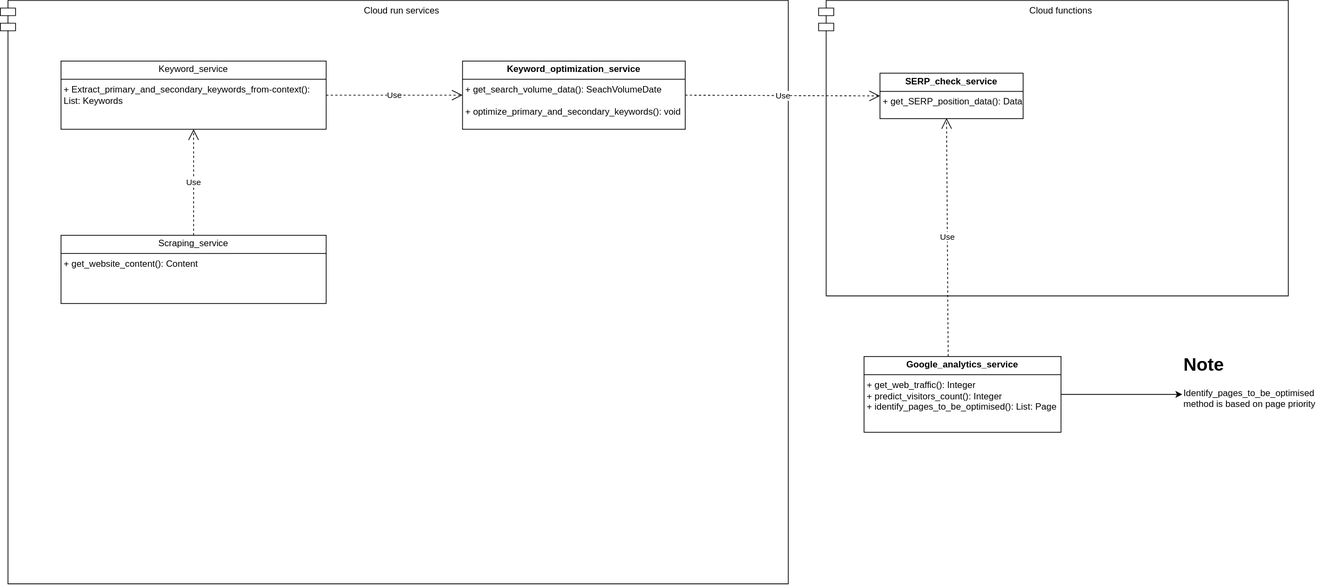
This is Design/Components_diagram/Service_diagram.drawio.svg from Warglaive/Fontys_deliverables_spienzer, a draw.io export, as it was before one commit. Source tidied: cells renumbered, new cells last; positions are measured from the earlier drawing's top-left corner, leaving out a move shared by most shapes. The source it was exported from:
```xml
<mxGraphModel>
  <root>
    <mxCell id="0" />
    <mxCell id="1" parent="0" />
    <mxCell id="2" value="Cloud run services" style="shape=module;align=left;spacingLeft=20;align=center;verticalAlign=top;whiteSpace=wrap;html=1;" parent="1" vertex="1">
      <mxGeometry width="1040" height="770" as="geometry" />
    </mxCell>
    <mxCell id="3" value="&lt;p style=&quot;margin:0px;margin-top:4px;text-align:center;&quot;&gt;Keyword_&lt;span style=&quot;background-color: initial;&quot;&gt;service&lt;/span&gt;&lt;/p&gt;&lt;hr size=&quot;1&quot; style=&quot;border-style:solid;&quot;&gt;&lt;p style=&quot;margin:0px;margin-left:4px;&quot;&gt;&lt;/p&gt;&lt;p style=&quot;margin:0px;margin-left:4px;&quot;&gt;+ Extract_primary_and_secondary_keywords_from-context(): List: Keywords&lt;/p&gt;" style="verticalAlign=top;align=left;overflow=fill;html=1;whiteSpace=wrap;" parent="1" vertex="1">
      <mxGeometry x="80" y="80" width="350" height="90" as="geometry" />
    </mxCell>
    <mxCell id="4" value="&lt;p style=&quot;margin:0px;margin-top:4px;text-align:center;&quot;&gt;Scraping_service&lt;br&gt;&lt;/p&gt;&lt;hr size=&quot;1&quot; style=&quot;border-style:solid;&quot;&gt;&lt;p style=&quot;margin:0px;margin-left:4px;&quot;&gt;&lt;/p&gt;&lt;p style=&quot;margin:0px;margin-left:4px;&quot;&gt;+ get_website_content(): Content&lt;/p&gt;&lt;p style=&quot;margin:0px;margin-left:4px;&quot;&gt;&lt;br&gt;&lt;/p&gt;" style="verticalAlign=top;align=left;overflow=fill;html=1;whiteSpace=wrap;" parent="1" vertex="1">
      <mxGeometry x="80" y="310" width="350" height="90" as="geometry" />
    </mxCell>
    <mxCell id="5" value="Cloud functions" style="shape=module;align=left;spacingLeft=20;align=center;verticalAlign=top;whiteSpace=wrap;html=1;" parent="1" vertex="1">
      <mxGeometry x="1080" width="620" height="390" as="geometry" />
    </mxCell>
    <mxCell id="6" value="&lt;p style=&quot;margin:0px;margin-top:4px;text-align:center;&quot;&gt;&lt;b&gt;SERP_check_service&lt;/b&gt;&lt;/p&gt;&lt;hr size=&quot;1&quot; style=&quot;border-style:solid;&quot;&gt;&lt;p style=&quot;margin:0px;margin-left:4px;&quot;&gt;&lt;/p&gt;&lt;p style=&quot;margin:0px;margin-left:4px;&quot;&gt;+ get_SERP_position_data(): Data&lt;/p&gt;" style="verticalAlign=top;align=left;overflow=fill;html=1;whiteSpace=wrap;" parent="1" vertex="1">
      <mxGeometry x="1161" y="96" width="189" height="60" as="geometry" />
    </mxCell>
    <mxCell id="7" value="&lt;p style=&quot;margin:0px;margin-top:4px;text-align:center;&quot;&gt;&lt;b&gt;Keyword_optimization_service&lt;/b&gt;&lt;/p&gt;&lt;hr size=&quot;1&quot; style=&quot;border-style:solid;&quot;&gt;&lt;p style=&quot;margin:0px;margin-left:4px;&quot;&gt;&lt;/p&gt;&lt;p style=&quot;margin:0px;margin-left:4px;&quot;&gt;+ get_search_volume_data(): SeachVolumeDate&lt;/p&gt;&lt;p style=&quot;margin:0px;margin-left:4px;&quot;&gt;&lt;br&gt;&lt;/p&gt;&lt;p style=&quot;margin:0px;margin-left:4px;&quot;&gt;+ optimize_primary_and_secondary_keywords(): void&lt;/p&gt;" style="verticalAlign=top;align=left;overflow=fill;html=1;whiteSpace=wrap;" parent="1" vertex="1">
      <mxGeometry x="610" y="80" width="294" height="90" as="geometry" />
    </mxCell>
    <mxCell id="8" value="Use" style="endArrow=open;endSize=12;dashed=1;html=1;rounded=0;entryX=0.5;entryY=1;entryDx=0;entryDy=0;exitX=0.5;exitY=0;exitDx=0;exitDy=0;" parent="1" edge="1" source="4" target="3">
      <mxGeometry relative="1" as="geometry" />
    </mxCell>
    <mxCell id="9" value="Use" style="endArrow=open;endSize=12;dashed=1;html=1;rounded=0;exitX=1;exitY=0.5;exitDx=0;exitDy=0;entryX=0;entryY=0.5;entryDx=0;entryDy=0;" parent="1" edge="1" source="3" target="7">
      <mxGeometry relative="1" as="geometry" />
    </mxCell>
    <mxCell id="10" value="Use" style="endArrow=open;endSize=12;dashed=1;html=1;rounded=0;exitX=1;exitY=0.5;exitDx=0;exitDy=0;entryX=0;entryY=0.5;entryDx=0;entryDy=0;" parent="1" edge="1" source="7" target="6">
      <mxGeometry relative="1" as="geometry" />
    </mxCell>
    <mxCell id="11" value="&lt;p style=&quot;margin:0px;margin-top:4px;text-align:center;&quot;&gt;&lt;b&gt;Google_analytics_service&lt;/b&gt;&lt;/p&gt;&lt;hr size=&quot;1&quot; style=&quot;border-style:solid;&quot;&gt;&lt;p style=&quot;margin:0px;margin-left:4px;&quot;&gt;&lt;/p&gt;&lt;p style=&quot;margin:0px;margin-left:4px;&quot;&gt;+ get_web_traffic(): Integer&lt;/p&gt;&lt;p style=&quot;margin:0px;margin-left:4px;&quot;&gt;+ predict_visitors_count(): Integer&lt;/p&gt;&lt;p style=&quot;margin:0px;margin-left:4px;&quot;&gt;+ identify_pages_to_be_optimised(): List: Page&lt;/p&gt;" style="verticalAlign=top;align=left;overflow=fill;html=1;whiteSpace=wrap;" parent="1" vertex="1">
      <mxGeometry x="1140" y="470" width="260" height="100" as="geometry" />
    </mxCell>
    <mxCell id="12" style="edgeStyle=orthogonalEdgeStyle;rounded=0;jettySize=auto;html=1;exitX=1;exitY=0.5;exitDx=0;exitDy=0;" parent="1" edge="1" source="11" target="13">
      <mxGeometry relative="1" as="geometry" />
    </mxCell>
    <mxCell id="13" value="&lt;h1 style=&quot;margin-top: 0px;&quot;&gt;Note&lt;/h1&gt;&lt;p&gt;Identify_pages_to_be_optimised method is based on page priority&lt;/p&gt;" style="text;html=1;whiteSpace=wrap;overflow=hidden;rounded=0;" parent="1" vertex="1">
      <mxGeometry x="1560" y="460" width="180" height="120" as="geometry" />
    </mxCell>
    <mxCell id="14" value="Use" style="endArrow=open;endSize=12;dashed=1;html=1;rounded=0;entryX=0.465;entryY=0.987;entryDx=0;entryDy=0;entryPerimeter=0;exitX=0.427;exitY=-0.003;exitDx=0;exitDy=0;exitPerimeter=0;" parent="1" edge="1" source="11" target="6">
      <mxGeometry relative="1" as="geometry" />
    </mxCell>
  </root>
</mxGraphModel>
```
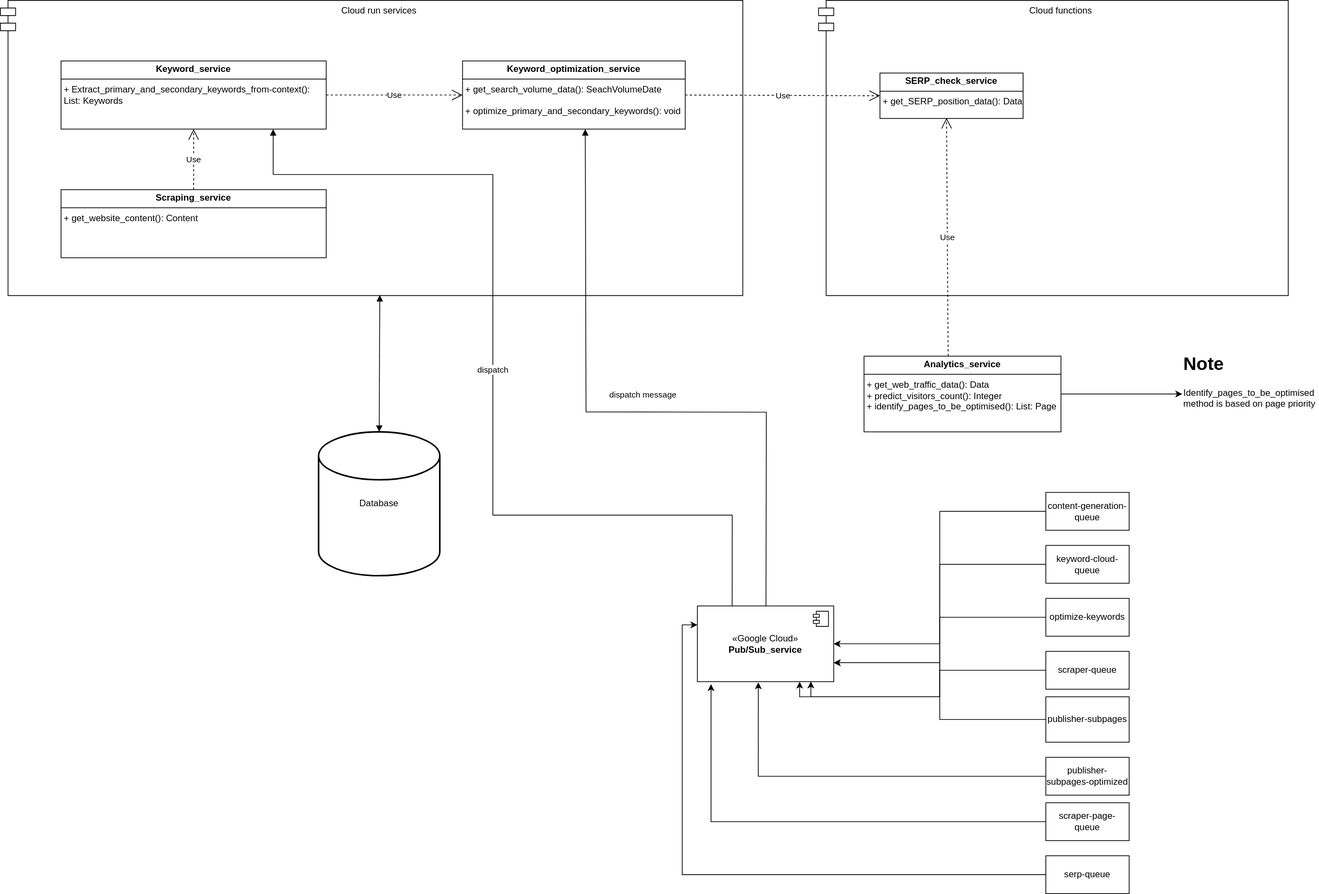
The same diagram one commit later.

The edit, as a diff of the source:
```diff
@@ -3,13 +3,13 @@
     <mxCell id="0" />
     <mxCell id="1" parent="0" />
     <mxCell id="2" value="Cloud run services" style="shape=module;align=left;spacingLeft=20;align=center;verticalAlign=top;whiteSpace=wrap;html=1;" parent="1" vertex="1">
-      <mxGeometry width="1040" height="770" as="geometry" />
+      <mxGeometry width="980" height="390" as="geometry" />
     </mxCell>
-    <mxCell id="3" value="&lt;p style=&quot;margin:0px;margin-top:4px;text-align:center;&quot;&gt;Keyword_&lt;span style=&quot;background-color: initial;&quot;&gt;service&lt;/span&gt;&lt;/p&gt;&lt;hr size=&quot;1&quot; style=&quot;border-style:solid;&quot;&gt;&lt;p style=&quot;margin:0px;margin-left:4px;&quot;&gt;&lt;/p&gt;&lt;p style=&quot;margin:0px;margin-left:4px;&quot;&gt;+ Extract_primary_and_secondary_keywords_from-context(): List: Keywords&lt;/p&gt;" style="verticalAlign=top;align=left;overflow=fill;html=1;whiteSpace=wrap;" parent="1" vertex="1">
+    <mxCell id="3" value="&lt;p style=&quot;margin:0px;margin-top:4px;text-align:center;&quot;&gt;&lt;b&gt;Keyword_&lt;span style=&quot;background-color: initial;&quot;&gt;service&lt;/span&gt;&lt;/b&gt;&lt;/p&gt;&lt;hr size=&quot;1&quot; style=&quot;border-style:solid;&quot;&gt;&lt;p style=&quot;margin:0px;margin-left:4px;&quot;&gt;&lt;/p&gt;&lt;p style=&quot;margin:0px;margin-left:4px;&quot;&gt;+ Extract_primary_and_secondary_keywords_from-context(): List: Keywords&lt;/p&gt;" style="verticalAlign=top;align=left;overflow=fill;html=1;whiteSpace=wrap;" parent="1" vertex="1">
       <mxGeometry x="80" y="80" width="350" height="90" as="geometry" />
     </mxCell>
-    <mxCell id="4" value="&lt;p style=&quot;margin:0px;margin-top:4px;text-align:center;&quot;&gt;Scraping_service&lt;br&gt;&lt;/p&gt;&lt;hr size=&quot;1&quot; style=&quot;border-style:solid;&quot;&gt;&lt;p style=&quot;margin:0px;margin-left:4px;&quot;&gt;&lt;/p&gt;&lt;p style=&quot;margin:0px;margin-left:4px;&quot;&gt;+ get_website_content(): Content&lt;/p&gt;&lt;p style=&quot;margin:0px;margin-left:4px;&quot;&gt;&lt;br&gt;&lt;/p&gt;" style="verticalAlign=top;align=left;overflow=fill;html=1;whiteSpace=wrap;" parent="1" vertex="1">
-      <mxGeometry x="80" y="310" width="350" height="90" as="geometry" />
+    <mxCell id="4" value="&lt;p style=&quot;margin:0px;margin-top:4px;text-align:center;&quot;&gt;&lt;b&gt;Scraping_service&lt;/b&gt;&lt;br&gt;&lt;/p&gt;&lt;hr size=&quot;1&quot; style=&quot;border-style:solid;&quot;&gt;&lt;p style=&quot;margin:0px;margin-left:4px;&quot;&gt;&lt;/p&gt;&lt;p style=&quot;margin:0px;margin-left:4px;&quot;&gt;+ get_website_content(): Content&lt;/p&gt;&lt;p style=&quot;margin:0px;margin-left:4px;&quot;&gt;&lt;br&gt;&lt;/p&gt;" style="verticalAlign=top;align=left;overflow=fill;html=1;whiteSpace=wrap;" parent="1" vertex="1">
+      <mxGeometry x="80" y="250" width="350" height="90" as="geometry" />
     </mxCell>
     <mxCell id="5" value="Cloud functions" style="shape=module;align=left;spacingLeft=20;align=center;verticalAlign=top;whiteSpace=wrap;html=1;" parent="1" vertex="1">
       <mxGeometry x="1080" width="620" height="390" as="geometry" />
@@ -29,7 +29,7 @@
     <mxCell id="10" value="Use" style="endArrow=open;endSize=12;dashed=1;html=1;rounded=0;exitX=1;exitY=0.5;exitDx=0;exitDy=0;entryX=0;entryY=0.5;entryDx=0;entryDy=0;" parent="1" edge="1" source="7" target="6">
       <mxGeometry relative="1" as="geometry" />
     </mxCell>
-    <mxCell id="11" value="&lt;p style=&quot;margin:0px;margin-top:4px;text-align:center;&quot;&gt;&lt;b&gt;Google_analytics_service&lt;/b&gt;&lt;/p&gt;&lt;hr size=&quot;1&quot; style=&quot;border-style:solid;&quot;&gt;&lt;p style=&quot;margin:0px;margin-left:4px;&quot;&gt;&lt;/p&gt;&lt;p style=&quot;margin:0px;margin-left:4px;&quot;&gt;+ get_web_traffic(): Integer&lt;/p&gt;&lt;p style=&quot;margin:0px;margin-left:4px;&quot;&gt;+ predict_visitors_count(): Integer&lt;/p&gt;&lt;p style=&quot;margin:0px;margin-left:4px;&quot;&gt;+ identify_pages_to_be_optimised(): List: Page&lt;/p&gt;" style="verticalAlign=top;align=left;overflow=fill;html=1;whiteSpace=wrap;" parent="1" vertex="1">
+    <mxCell id="11" value="&lt;p style=&quot;margin:0px;margin-top:4px;text-align:center;&quot;&gt;&lt;b&gt;Analytics_service&lt;/b&gt;&lt;/p&gt;&lt;hr size=&quot;1&quot; style=&quot;border-style:solid;&quot;&gt;&lt;p style=&quot;margin:0px;margin-left:4px;&quot;&gt;&lt;/p&gt;&lt;p style=&quot;margin:0px;margin-left:4px;&quot;&gt;+ get_web_traffic_data(): Data&lt;/p&gt;&lt;p style=&quot;margin:0px;margin-left:4px;&quot;&gt;+ predict_visitors_count(): Integer&lt;/p&gt;&lt;p style=&quot;margin:0px;margin-left:4px;&quot;&gt;+ identify_pages_to_be_optimised(): List: Page&lt;/p&gt;" style="verticalAlign=top;align=left;overflow=fill;html=1;whiteSpace=wrap;" parent="1" vertex="1">
       <mxGeometry x="1140" y="470" width="260" height="100" as="geometry" />
     </mxCell>
     <mxCell id="12" style="edgeStyle=orthogonalEdgeStyle;rounded=0;jettySize=auto;html=1;exitX=1;exitY=0.5;exitDx=0;exitDy=0;" parent="1" edge="1" source="11" target="13">
@@ -41,5 +41,88 @@
     <mxCell id="14" value="Use" style="endArrow=open;endSize=12;dashed=1;html=1;rounded=0;entryX=0.465;entryY=0.987;entryDx=0;entryDy=0;entryPerimeter=0;exitX=0.427;exitY=-0.003;exitDx=0;exitDy=0;exitPerimeter=0;" parent="1" edge="1" source="11" target="6">
       <mxGeometry relative="1" as="geometry" />
     </mxCell>
+    <mxCell id="15" value="Database" style="strokeWidth=2;html=1;shape=mxgraph.flowchart.database;whiteSpace=wrap;" parent="1" vertex="1">
+      <mxGeometry x="420" y="570" width="160" height="190" as="geometry" />
+    </mxCell>
+    <mxCell id="16" style="endArrow=block;startArrow=block;endFill=1;startFill=1;html=1;rounded=0;entryX=0.5;entryY=0;entryDx=0;entryDy=0;entryPerimeter=0;exitX=0.511;exitY=0.998;exitDx=0;exitDy=0;exitPerimeter=0;" parent="1" edge="1" source="2" target="15">
+      <mxGeometry relative="1" as="geometry" />
+    </mxCell>
+    <mxCell id="17" value="«Google Cloud»&lt;br&gt;&lt;b&gt;Pub/Sub_&lt;/b&gt;&lt;b style=&quot;background-color: initial;&quot;&gt;service&lt;/b&gt;" style="html=1;whiteSpace=wrap;" parent="1" vertex="1">
+      <mxGeometry x="920" y="800" width="180" height="100" as="geometry" />
+    </mxCell>
+    <mxCell id="18" style="shape=module;jettyWidth=8;jettyHeight=4;" parent="17" vertex="1">
+      <mxGeometry x="1" width="20" height="20" relative="1" as="geometry">
+        <mxPoint x="-27" y="7" as="offset" />
+      </mxGeometry>
+    </mxCell>
+    <mxCell id="19" style="edgeStyle=orthogonalEdgeStyle;rounded=0;jettySize=auto;html=1;entryX=1;entryY=0.5;entryDx=0;entryDy=0;" parent="1" edge="1" source="20" target="17">
+      <mxGeometry relative="1" as="geometry" />
+    </mxCell>
+    <mxCell id="20" value="content-generation-queue" style="html=1;whiteSpace=wrap;" parent="1" vertex="1">
+      <mxGeometry x="1380" y="650" width="110" height="50" as="geometry" />
+    </mxCell>
+    <mxCell id="21" style="edgeStyle=orthogonalEdgeStyle;rounded=0;jettySize=auto;html=1;entryX=1;entryY=0.75;entryDx=0;entryDy=0;" parent="1" edge="1" source="22" target="17">
+      <mxGeometry relative="1" as="geometry" />
+    </mxCell>
+    <mxCell id="22" value="keyword-cloud-queue" style="html=1;whiteSpace=wrap;" parent="1" vertex="1">
+      <mxGeometry x="1380" y="720" width="110" height="50" as="geometry" />
+    </mxCell>
+    <mxCell id="23" style="edgeStyle=orthogonalEdgeStyle;rounded=0;jettySize=auto;html=1;entryX=0.75;entryY=1;entryDx=0;entryDy=0;" parent="1" edge="1" source="24" target="17">
+      <mxGeometry relative="1" as="geometry" />
+    </mxCell>
+    <mxCell id="24" value="optimize-keywords" style="html=1;whiteSpace=wrap;" parent="1" vertex="1">
+      <mxGeometry x="1380" y="790" width="110" height="50" as="geometry" />
+    </mxCell>
+    <mxCell id="25" style="edgeStyle=orthogonalEdgeStyle;rounded=0;jettySize=auto;html=1;entryX=1;entryY=0.75;entryDx=0;entryDy=0;" parent="1" edge="1" source="26" target="17">
+      <mxGeometry relative="1" as="geometry" />
+    </mxCell>
+    <mxCell id="26" value="publisher-subpages" style="html=1;whiteSpace=wrap;" parent="1" vertex="1">
+      <mxGeometry x="1380" y="920" width="110" height="60" as="geometry" />
+    </mxCell>
+    <mxCell id="27" value="publisher-subpages-optimized" style="html=1;whiteSpace=wrap;" parent="1" vertex="1">
+      <mxGeometry x="1380" y="1000" width="110" height="50" as="geometry" />
+    </mxCell>
+    <mxCell id="28" value="scraper-page-queue" style="html=1;whiteSpace=wrap;" parent="1" vertex="1">
+      <mxGeometry x="1380" y="1060" width="110" height="50" as="geometry" />
+    </mxCell>
+    <mxCell id="29" value="scraper-queue" style="html=1;whiteSpace=wrap;" parent="1" vertex="1">
+      <mxGeometry x="1380" y="860" width="110" height="50" as="geometry" />
+    </mxCell>
+    <mxCell id="30" style="edgeStyle=orthogonalEdgeStyle;rounded=0;jettySize=auto;html=1;entryX=0;entryY=0.25;entryDx=0;entryDy=0;" parent="1" edge="1" source="31" target="17">
+      <mxGeometry relative="1" as="geometry" />
+    </mxCell>
+    <mxCell id="31" value="serp-queue" style="html=1;whiteSpace=wrap;" parent="1" vertex="1">
+      <mxGeometry x="1380" y="1130" width="110" height="50" as="geometry" />
+    </mxCell>
+    <mxCell id="32" style="edgeStyle=orthogonalEdgeStyle;rounded=0;jettySize=auto;html=1;entryX=0.447;entryY=1.009;entryDx=0;entryDy=0;entryPerimeter=0;" parent="1" edge="1" source="27" target="17">
+      <mxGeometry relative="1" as="geometry" />
+    </mxCell>
+    <mxCell id="33" style="edgeStyle=orthogonalEdgeStyle;rounded=0;jettySize=auto;html=1;entryX=0.832;entryY=0.998;entryDx=0;entryDy=0;entryPerimeter=0;" parent="1" edge="1" source="29" target="17">
+      <mxGeometry relative="1" as="geometry" />
+    </mxCell>
+    <mxCell id="34" style="edgeStyle=orthogonalEdgeStyle;rounded=0;jettySize=auto;html=1;entryX=0.1;entryY=1.033;entryDx=0;entryDy=0;entryPerimeter=0;" parent="1" edge="1" source="28" target="17">
+      <mxGeometry relative="1" as="geometry" />
+    </mxCell>
+    <mxCell id="35" value="dispatch message" style="html=1;verticalAlign=bottom;endArrow=block;curved=0;rounded=0;exitX=0.431;exitY=-0.036;exitDx=0;exitDy=0;exitPerimeter=0;entryX=0.551;entryY=1;entryDx=0;entryDy=0;entryPerimeter=0;" parent="1" edge="1" target="7">
+      <mxGeometry x="-0.03" y="-14" relative="1" as="geometry">
+        <mxPoint x="1010.6" y="800" as="sourcePoint" />
+        <Array as="points">
+          <mxPoint x="1011" y="544" />
+          <mxPoint x="773" y="543.6" />
+        </Array>
+      </mxGeometry>
+    </mxCell>
+    <mxCell id="36" value="dispatch" style="html=1;verticalAlign=bottom;endArrow=block;curved=0;rounded=0;" parent="1" edge="1">
+      <mxGeometry relative="1" as="geometry">
+        <mxPoint x="965.9" y="800" as="sourcePoint" />
+        <mxPoint x="360" y="170" as="targetPoint" />
+        <Array as="points">
+          <mxPoint x="966" y="680" />
+          <mxPoint x="650" y="680" />
+          <mxPoint x="650" y="230" />
+          <mxPoint x="360" y="230" />
+        </Array>
+      </mxGeometry>
+    </mxCell>
   </root>
 </mxGraphModel>
```
